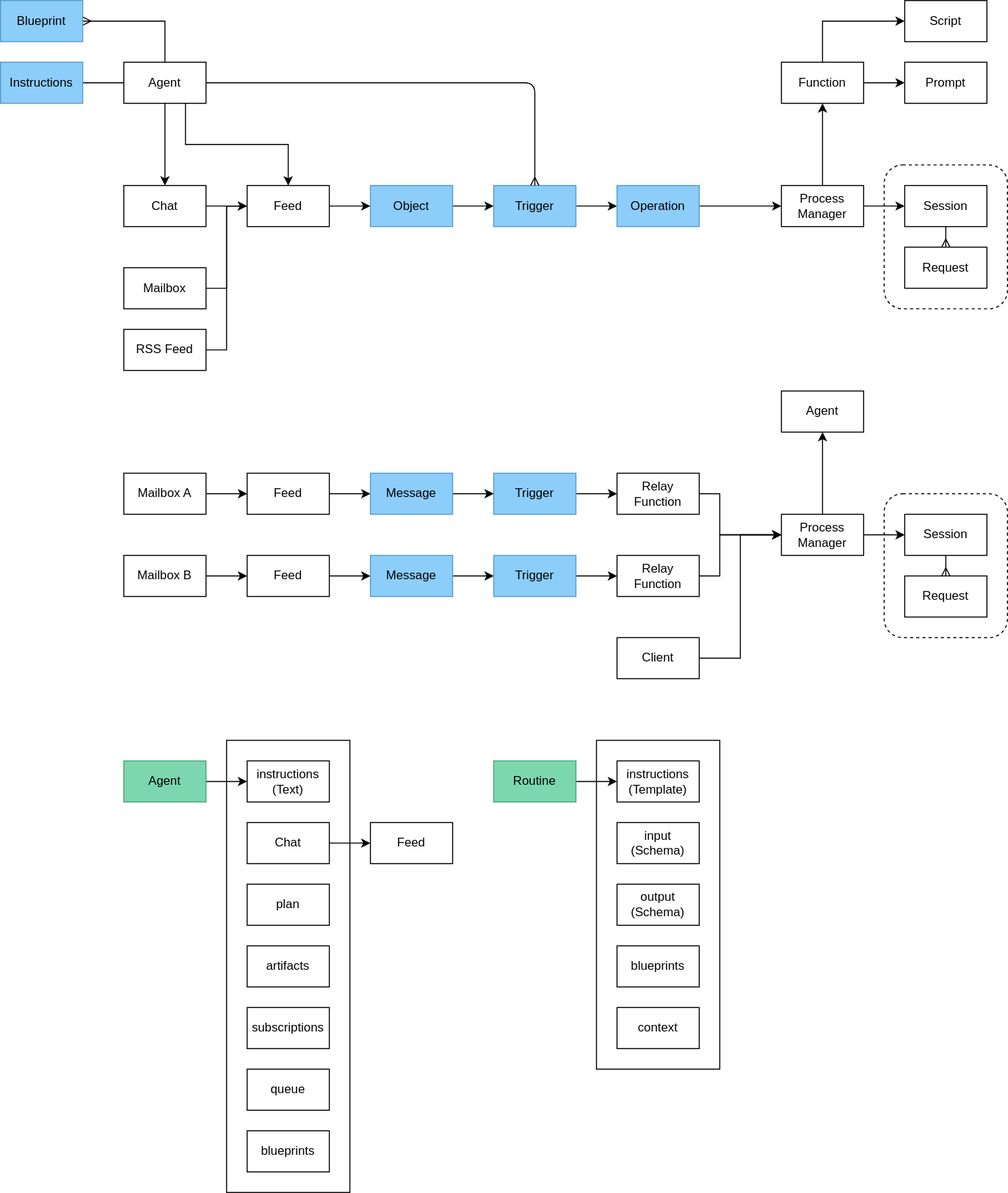
This is packages/core/compute/assistant/docs/agent.drawio.svg from dxos/dxos, a draw.io export, as it was before one commit. Source tidied: cells renumbered, new cells last; positions are measured from the earlier drawing's top-left corner, leaving out a move shared by most shapes.
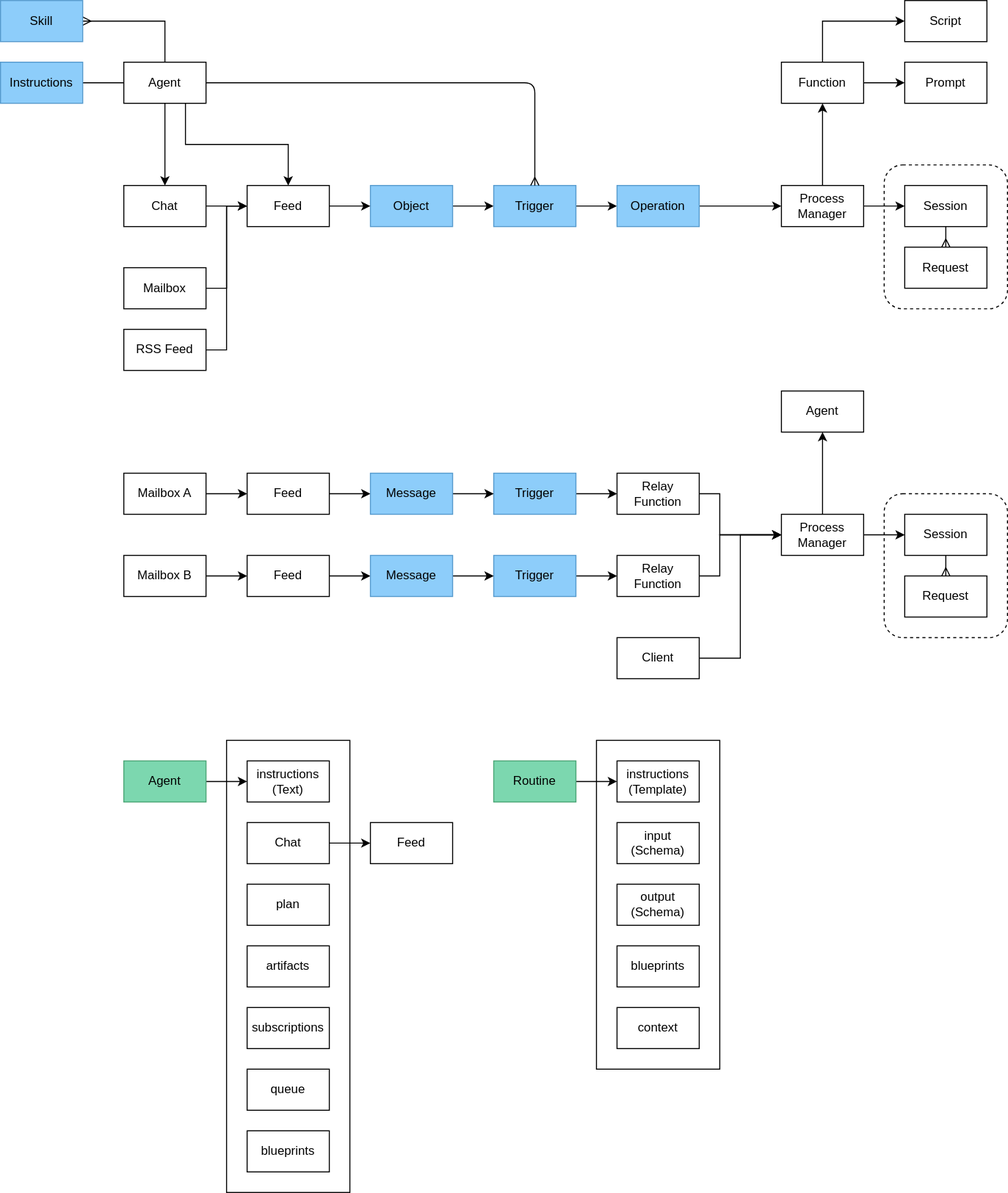
Above is the later version.

Diff of the diagram source:
```diff
@@ -83,7 +83,7 @@
     <mxCell id="22" value="Instructions" style="rounded=0;whiteSpace=wrap;html=1;fillColor=#8DCDFA;fontColor=#000000;strokeColor=#569ACD;" parent="1" vertex="1">
       <mxGeometry y="60" width="80" height="40" as="geometry" />
     </mxCell>
-    <mxCell id="23" value="Blueprint" style="rounded=0;whiteSpace=wrap;html=1;fillColor=#8DCDFA;fontColor=#000000;strokeColor=#569ACD;" parent="1" vertex="1">
+    <mxCell id="23" value="Skill" style="rounded=0;whiteSpace=wrap;html=1;fillColor=#8DCDFA;fontColor=#000000;strokeColor=#569ACD;" parent="1" vertex="1">
       <mxGeometry width="80" height="40" as="geometry" />
     </mxCell>
     <mxCell id="24" style="edgeStyle=none;html=1;endArrow=ERmany;endFill=0;" parent="1" edge="1" source="25" target="26">
```
